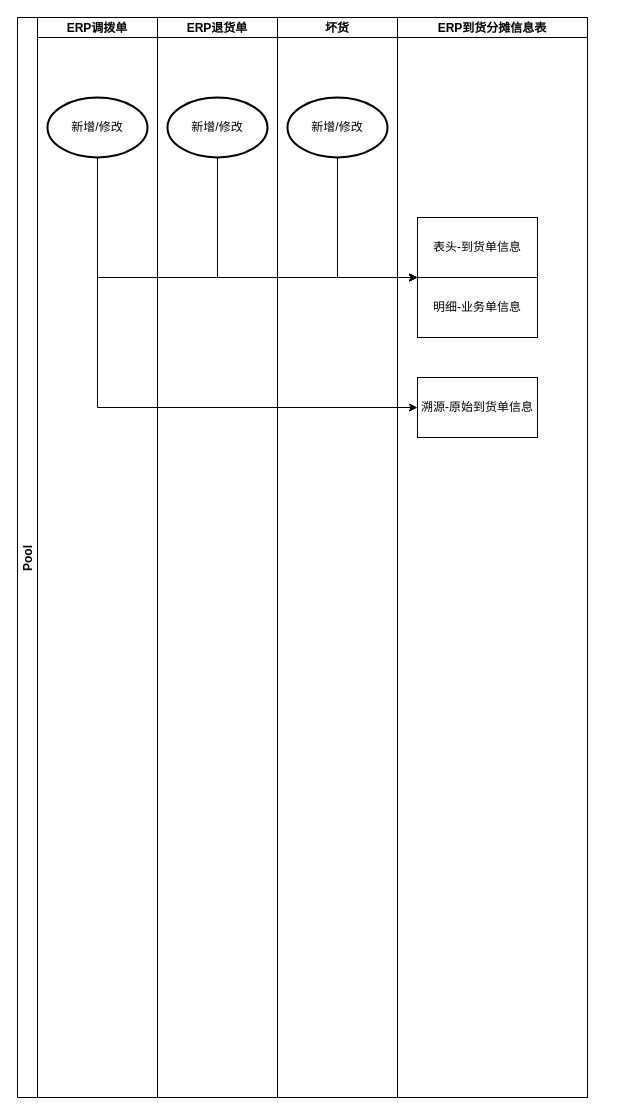
fengj1202/draw keeps this draw.io diagram as 退货坏货调拨控制到货数量.drawio. Above is the earlier version. Source tidied: cells renumbered, new cells numbered last; positions are measured from the earlier drawing's top-left corner, leaving out a move shared by most shapes. Both pictures are drawn from the tidied source at 100%, with x=0, y=0 at pixel (17, 17).
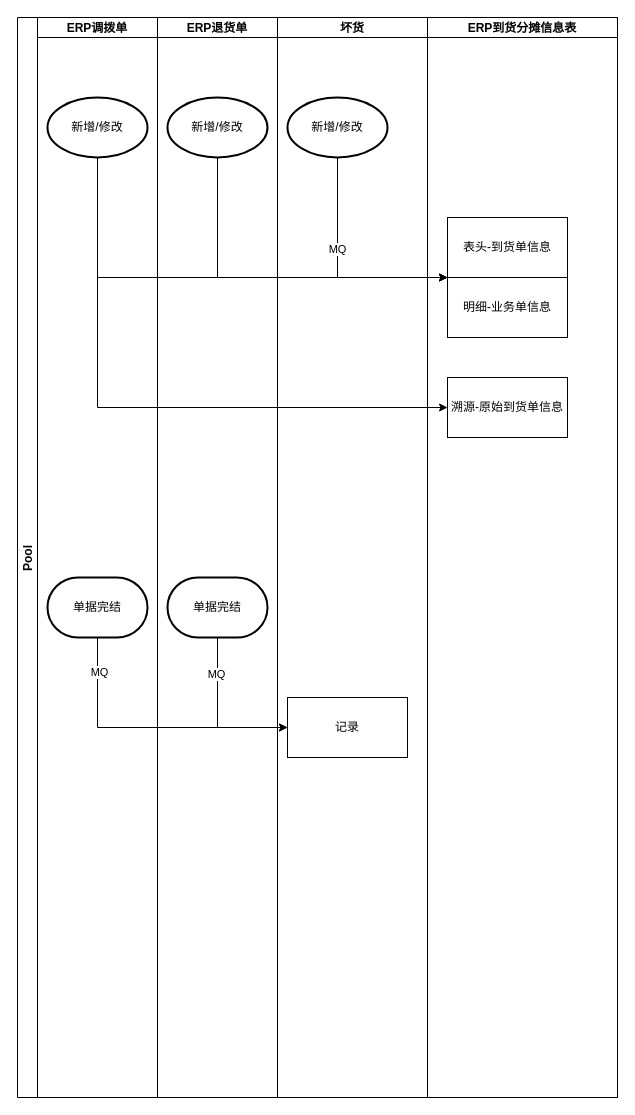
The same page after the edit.

Commit message (it also covers changes not shown here):
更新退货坏货调拨控制到货数量.drawio

Unchanged cells that the change refers to:
```xml
<mxCell id="3" value="ERP调拨单" style="swimlane;startSize=20;" parent="2" vertex="1">
  <mxGeometry x="20" width="120" height="1080" as="geometry" />
</mxCell>
<mxCell id="5" value="ERP退货单" style="swimlane;startSize=20;" parent="2" vertex="1">
  <mxGeometry x="140" width="120" height="1080" as="geometry" />
</mxCell>
<mxCell id="13" style="edgeStyle=orthogonalEdgeStyle;rounded=0;jettySize=auto;html=1;exitX=0.5;exitY=1;exitDx=0;exitDy=0;exitPerimeter=0;entryX=0;entryY=0;entryDx=0;entryDy=0;" parent="2" edge="1" source="8" target="11">
  <mxGeometry relative="1" as="geometry">
    <Array as="points">
      <mxPoint x="320" y="260" />
    </Array>
  </mxGeometry>
</mxCell>
```

The edit, as a diff of the source:
```diff
@@
     <mxCell id="2" value="Pool" style="swimlane;startSize=20;horizontal=0;" parent="1" vertex="1">
-      <mxGeometry width="570" height="1080" as="geometry" />
+      <mxGeometry width="600" height="1080" as="geometry" />
     </mxCell>
@@
+    <mxCell id="17" value="单据完结" style="strokeWidth=2;html=1;shape=mxgraph.flowchart.terminator;whiteSpace=wrap;" parent="3" vertex="1">
+      <mxGeometry x="10" y="560" width="100" height="60" as="geometry" />
+    </mxCell>
@@
+    <mxCell id="18" value="单据完结" style="strokeWidth=2;html=1;shape=mxgraph.flowchart.terminator;whiteSpace=wrap;" parent="5" vertex="1">
+      <mxGeometry x="10" y="560" width="100" height="60" as="geometry" />
+    </mxCell>
     <mxCell id="7" value="坏货" style="swimlane;startSize=20;" parent="2" vertex="1">
-      <mxGeometry x="260" width="120" height="1080" as="geometry" />
+      <mxGeometry x="260" width="150" height="1080" as="geometry" />
     </mxCell>
@@
+    <mxCell id="19" value="记录" style="whiteSpace=wrap;html=1;align=center;newEdgeStyle={&quot;edgeStyle&quot;:&quot;elbowEdgeStyle&quot;,&quot;startArrow&quot;:&quot;none&quot;,&quot;endArrow&quot;:&quot;none&quot;};" parent="7" vertex="1">
+      <mxGeometry x="10" y="680" width="120" height="60" as="geometry" />
+    </mxCell>
     <mxCell id="9" value="ERP到货分摊信息表" style="swimlane;startSize=20;" parent="2" vertex="1">
-      <mxGeometry x="380" width="190" height="1080" as="geometry" />
+      <mxGeometry x="410" width="190" height="1080" as="geometry" />
     </mxCell>
@@
+    <mxCell id="20" value="MQ" style="edgeLabel;html=1;align=center;verticalAlign=middle;" parent="13" vertex="1">
+      <mxGeometry x="-0.21" y="-1" relative="1" as="geometry" />
+    </mxCell>
@@
+    <mxCell id="21" style="edgeStyle=orthogonalEdgeStyle;rounded=0;jettySize=auto;html=1;exitX=0.5;exitY=1;exitDx=0;exitDy=0;exitPerimeter=0;entryX=0;entryY=0.5;entryDx=0;entryDy=0;" parent="2" edge="1" source="17" target="19">
+      <mxGeometry relative="1" as="geometry" />
+    </mxCell>
+    <mxCell id="22" value="MQ" style="edgeLabel;html=1;align=center;verticalAlign=middle;" parent="21" vertex="1">
+      <mxGeometry x="-0.76" y="1" relative="1" as="geometry" />
+    </mxCell>
+    <mxCell id="23" style="edgeStyle=orthogonalEdgeStyle;rounded=0;jettySize=auto;html=1;exitX=0.5;exitY=1;exitDx=0;exitDy=0;exitPerimeter=0;entryX=0;entryY=0.5;entryDx=0;entryDy=0;" parent="2" edge="1" source="18" target="19">
+      <mxGeometry relative="1" as="geometry" />
+    </mxCell>
+    <mxCell id="24" value="MQ" style="edgeLabel;html=1;align=center;verticalAlign=middle;" parent="23" vertex="1">
+      <mxGeometry x="-0.55" y="-2" relative="1" as="geometry" />
+    </mxCell>
```
